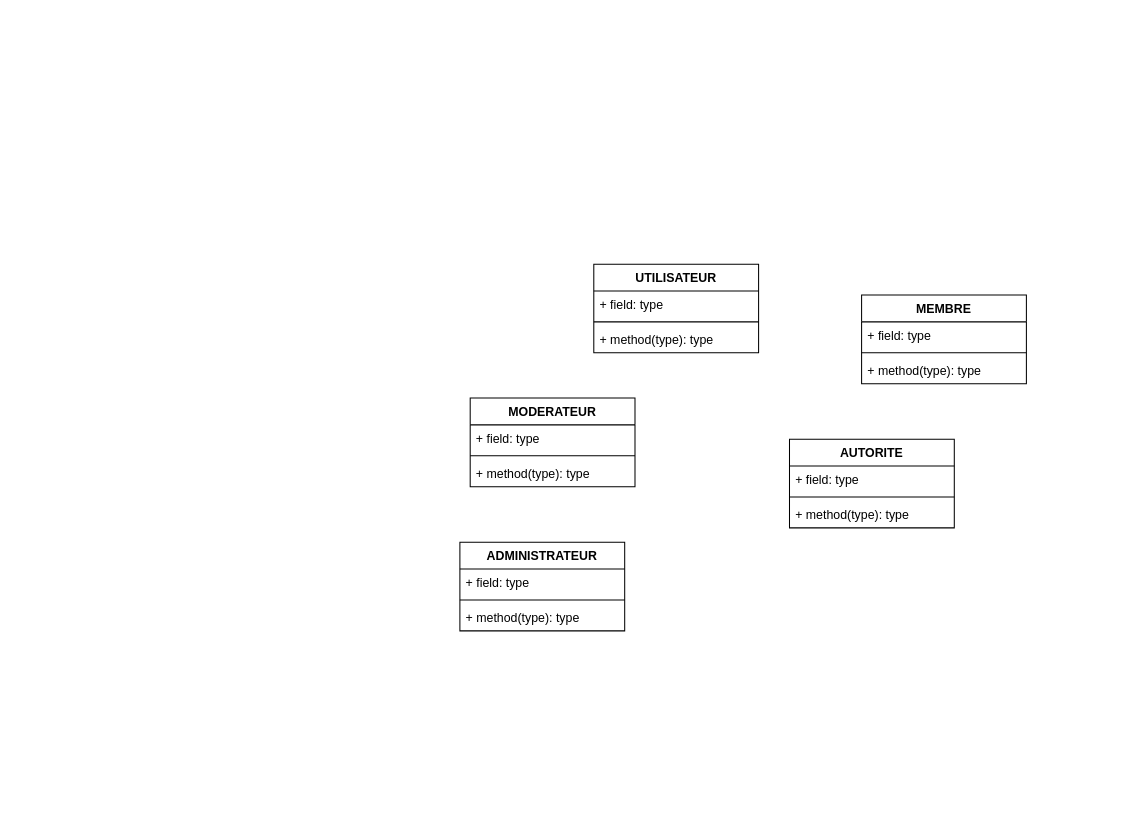
Adjaro/Projet_Poo keeps this draw.io diagram as Diagramme_de_classe.drawio. Above is the earlier version. Source tidied: cells renumbered, new cells numbered last; positions are measured from the earlier drawing's top-left corner, leaving out a move shared by most shapes. Both pictures are drawn from the tidied source at 103%, with x=0, y=0 at pixel (459, 264).
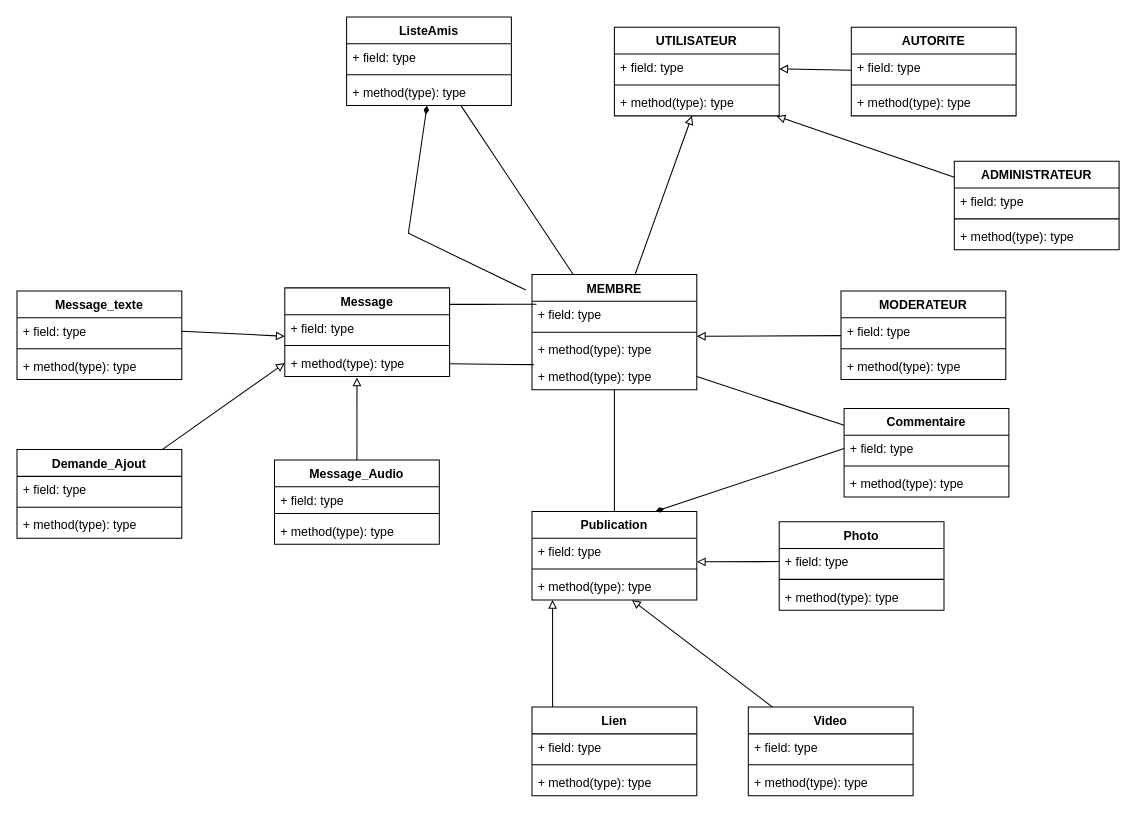
Above is the later version.

Commit message (it also covers changes not shown here):
Mettre à jour Diagramme_de_classe.drawio

Unchanged cells that the change refers to:
```xml
<mxCell id="3" value="+ field: type" style="text;strokeColor=none;fillColor=none;align=left;verticalAlign=top;spacingLeft=4;spacingRight=4;overflow=hidden;points=[[0,0.5],[1,0.5]];portConstraint=eastwest;" parent="2" vertex="1">
  <mxGeometry y="26" width="160" height="26" as="geometry" />
</mxCell>
<mxCell id="5" value="+ method(type): type" style="text;strokeColor=none;fillColor=none;align=left;verticalAlign=top;spacingLeft=4;spacingRight=4;overflow=hidden;points=[[0,0.5],[1,0.5]];portConstraint=eastwest;" parent="2" vertex="1">
  <mxGeometry y="60" width="160" height="26" as="geometry" />
</mxCell>
<mxCell id="13" value="+ method(type): type" style="text;strokeColor=none;fillColor=none;align=left;verticalAlign=top;spacingLeft=4;spacingRight=4;overflow=hidden;points=[[0,0.5],[1,0.5]];portConstraint=eastwest;" parent="10" vertex="1">
  <mxGeometry y="60" width="160" height="26" as="geometry" />
</mxCell>
```

Diff of the diagram source:
```diff
@@
     <mxCell id="2" value="UTILISATEUR" style="swimlane;fontStyle=1;align=center;verticalAlign=top;horizontal=1;startSize=26;" parent="1" vertex="1">
-      <mxGeometry x="130" width="160" height="86" as="geometry" />
+      <mxGeometry x="150" y="-230" width="160" height="86" as="geometry" />
     </mxCell>
@@
+    <mxCell id="22" style="edgeStyle=none;rounded=0;jettySize=auto;html=1;endArrow=block;endFill=0;" parent="1" edge="1" source="6" target="3">
+      <mxGeometry relative="1" as="geometry" />
+    </mxCell>
     <mxCell id="6" value="AUTORITE" style="swimlane;fontStyle=1;align=center;verticalAlign=top;horizontal=1;startSize=26;" parent="1" vertex="1">
-      <mxGeometry x="320" y="170" width="160" height="86" as="geometry" />
+      <mxGeometry x="380" y="-230" width="160" height="86" as="geometry" />
     </mxCell>
@@
+    <mxCell id="23" style="rounded=0;jettySize=auto;html=1;endArrow=block;endFill=0;" parent="1" edge="1" source="10" target="5">
+      <mxGeometry relative="1" as="geometry" />
+    </mxCell>
+    <mxCell id="24" style="rounded=0;jettySize=auto;html=1;endArrow=diamondThin;endFill=1;exitX=-0.038;exitY=0.134;exitDx=0;exitDy=0;exitPerimeter=0;" parent="1" edge="1" source="10" target="51">
+      <mxGeometry relative="1" as="geometry">
+        <Array as="points">
+          <mxPoint x="-50" y="-30" />
+        </Array>
+      </mxGeometry>
+    </mxCell>
     <mxCell id="10" value="MEMBRE" style="swimlane;fontStyle=1;align=center;verticalAlign=top;horizontal=1;startSize=26;" parent="1" vertex="1">
-      <mxGeometry x="390" y="30" width="160" height="86" as="geometry" />
+      <mxGeometry x="70" y="10" width="160" height="112" as="geometry" />
     </mxCell>
@@
+    <mxCell id="25" value="+ method(type): type" style="text;strokeColor=none;fillColor=none;align=left;verticalAlign=top;spacingLeft=4;spacingRight=4;overflow=hidden;points=[[0,0.5],[1,0.5]];portConstraint=eastwest;" parent="10" vertex="1">
+      <mxGeometry y="86" width="160" height="26" as="geometry" />
+    </mxCell>
+    <mxCell id="26" style="edgeStyle=none;rounded=0;jettySize=auto;html=1;endArrow=block;endFill=0;entryX=1;entryY=0;entryDx=0;entryDy=0;entryPerimeter=0;" parent="1" edge="1" source="14" target="13">
+      <mxGeometry relative="1" as="geometry" />
+    </mxCell>
     <mxCell id="14" value="MODERATEUR" style="swimlane;fontStyle=1;align=center;verticalAlign=top;horizontal=1;startSize=26;" parent="1" vertex="1">
-      <mxGeometry x="10" y="130" width="160" height="86" as="geometry" />
+      <mxGeometry x="370" y="26" width="160" height="86" as="geometry" />
     </mxCell>
@@
+    <mxCell id="27" style="edgeStyle=none;rounded=0;jettySize=auto;html=1;entryX=0.984;entryY=1.01;entryDx=0;entryDy=0;entryPerimeter=0;endArrow=block;endFill=0;" parent="1" edge="1" source="18" target="5">
+      <mxGeometry relative="1" as="geometry" />
+    </mxCell>
     <mxCell id="18" value="ADMINISTRATEUR" style="swimlane;fontStyle=1;align=center;verticalAlign=top;horizontal=1;startSize=26;" parent="1" vertex="1">
-      <mxGeometry y="270" width="160" height="86" as="geometry" />
+      <mxGeometry x="480" y="-100" width="160" height="86" as="geometry" />
     </mxCell>
@@
+    <mxCell id="28" style="edgeStyle=none;rounded=0;jettySize=auto;html=1;endArrow=none;endFill=0;" parent="1" edge="1" source="29" target="25">
+      <mxGeometry relative="1" as="geometry" />
+    </mxCell>
+    <mxCell id="29" value="Publication" style="swimlane;fontStyle=1;align=center;verticalAlign=top;horizontal=1;startSize=26;" parent="1" vertex="1">
+      <mxGeometry x="70" y="240" width="160" height="86" as="geometry" />
+    </mxCell>
+    <mxCell id="30" value="+ field: type" style="text;strokeColor=none;fillColor=none;align=left;verticalAlign=top;spacingLeft=4;spacingRight=4;overflow=hidden;" parent="29" vertex="1">
+      <mxGeometry y="26" width="160" height="26" as="geometry" />
+    </mxCell>
+    <mxCell id="31" style="line;strokeWidth=1;fillColor=none;align=left;verticalAlign=middle;spacingTop=-1;spacingLeft=3;spacingRight=3;labelPosition=right;strokeColor=inherit;" parent="29" vertex="1">
+      <mxGeometry y="52" width="160" height="8" as="geometry" />
+    </mxCell>
+    <mxCell id="32" value="+ method(type): type" style="text;strokeColor=none;fillColor=none;align=left;verticalAlign=top;spacingLeft=4;spacingRight=4;overflow=hidden;points=[[0,0.5],[1,0.5]];portConstraint=eastwest;" parent="29" vertex="1">
+      <mxGeometry y="60" width="160" height="26" as="geometry" />
+    </mxCell>
+    <mxCell id="33" style="edgeStyle=none;rounded=0;jettySize=auto;html=1;endArrow=block;endFill=0;" parent="1" edge="1" source="34" target="32">
+      <mxGeometry relative="1" as="geometry" />
+    </mxCell>
+    <mxCell id="34" value="Video" style="swimlane;fontStyle=1;align=center;verticalAlign=top;horizontal=1;startSize=26;" parent="1" vertex="1">
+      <mxGeometry x="280" y="430" width="160" height="86" as="geometry" />
+    </mxCell>
+    <mxCell id="35" value="+ field: type" style="text;strokeColor=none;fillColor=none;align=left;verticalAlign=top;spacingLeft=4;spacingRight=4;overflow=hidden;" parent="34" vertex="1">
+      <mxGeometry y="26" width="160" height="26" as="geometry" />
+    </mxCell>
+    <mxCell id="36" style="line;strokeWidth=1;fillColor=none;align=left;verticalAlign=middle;spacingTop=-1;spacingLeft=3;spacingRight=3;labelPosition=right;strokeColor=inherit;" parent="34" vertex="1">
+      <mxGeometry y="52" width="160" height="8" as="geometry" />
+    </mxCell>
+    <mxCell id="37" value="+ method(type): type" style="text;strokeColor=none;fillColor=none;align=left;verticalAlign=top;spacingLeft=4;spacingRight=4;overflow=hidden;" parent="34" vertex="1">
+      <mxGeometry y="60" width="160" height="26" as="geometry" />
+    </mxCell>
+    <mxCell id="38" style="edgeStyle=none;rounded=0;orthogonalLoop=1;jettySize=auto;html=1;endArrow=block;endFill=0;" parent="1" edge="1">
+      <mxGeometry relative="1" as="geometry">
+        <mxPoint x="90" y="430" as="sourcePoint" />
+        <mxPoint x="90" y="326" as="targetPoint" />
+      </mxGeometry>
+    </mxCell>
+    <mxCell id="39" value="Lien" style="swimlane;fontStyle=1;align=center;verticalAlign=top;horizontal=1;startSize=26;" parent="1" vertex="1">
+      <mxGeometry x="70" y="430" width="160" height="86" as="geometry" />
+    </mxCell>
+    <mxCell id="40" value="+ field: type" style="text;strokeColor=none;fillColor=none;align=left;verticalAlign=top;spacingLeft=4;spacingRight=4;overflow=hidden;" parent="39" vertex="1">
+      <mxGeometry y="26" width="160" height="26" as="geometry" />
+    </mxCell>
+    <mxCell id="41" style="line;strokeWidth=1;fillColor=none;align=left;verticalAlign=middle;spacingTop=-1;spacingLeft=3;spacingRight=3;labelPosition=right;strokeColor=inherit;" parent="39" vertex="1">
+      <mxGeometry y="52" width="160" height="8" as="geometry" />
+    </mxCell>
+    <mxCell id="42" value="+ method(type): type" style="text;strokeColor=none;fillColor=none;align=left;verticalAlign=top;spacingLeft=4;spacingRight=4;overflow=hidden;" parent="39" vertex="1">
+      <mxGeometry y="60" width="160" height="26" as="geometry" />
+    </mxCell>
+    <mxCell id="43" style="edgeStyle=none;rounded=0;orthogonalLoop=1;jettySize=auto;html=1;endArrow=block;endFill=0;" parent="1" edge="1">
+      <mxGeometry relative="1" as="geometry">
+        <mxPoint x="310" y="288.7" as="sourcePoint" />
+        <mxPoint x="230" y="289" as="targetPoint" />
+      </mxGeometry>
+    </mxCell>
+    <mxCell id="44" value="Photo" style="swimlane;fontStyle=1;align=center;verticalAlign=top;horizontal=1;startSize=26;" parent="1" vertex="1">
+      <mxGeometry x="310" y="250" width="160" height="86" as="geometry" />
+    </mxCell>
+    <mxCell id="45" value="+ field: type" style="text;strokeColor=none;fillColor=none;align=left;verticalAlign=top;spacingLeft=4;spacingRight=4;overflow=hidden;" parent="44" vertex="1">
+      <mxGeometry y="26" width="160" height="26" as="geometry" />
+    </mxCell>
+    <mxCell id="46" style="line;strokeWidth=1;fillColor=none;align=left;verticalAlign=middle;spacingTop=-1;spacingLeft=3;spacingRight=3;labelPosition=right;strokeColor=inherit;" parent="44" vertex="1">
+      <mxGeometry y="52" width="160" height="8" as="geometry" />
+    </mxCell>
+    <mxCell id="47" value="+ method(type): type" style="text;strokeColor=none;fillColor=none;align=left;verticalAlign=top;spacingLeft=4;spacingRight=4;overflow=hidden;" parent="44" vertex="1">
+      <mxGeometry y="60" width="160" height="26" as="geometry" />
+    </mxCell>
+    <mxCell id="48" value="ListeAmis" style="swimlane;fontStyle=1;align=center;verticalAlign=top;horizontal=1;startSize=26;" parent="1" vertex="1">
+      <mxGeometry x="-110" y="-240" width="160" height="86" as="geometry" />
+    </mxCell>
+    <mxCell id="49" value="+ field: type" style="text;strokeColor=none;fillColor=none;align=left;verticalAlign=top;spacingLeft=4;spacingRight=4;overflow=hidden;" parent="48" vertex="1">
+      <mxGeometry y="26" width="160" height="26" as="geometry" />
+    </mxCell>
+    <mxCell id="50" style="line;strokeWidth=1;fillColor=none;align=left;verticalAlign=middle;spacingTop=-1;spacingLeft=3;spacingRight=3;labelPosition=right;strokeColor=inherit;" parent="48" vertex="1">
+      <mxGeometry y="52" width="160" height="8" as="geometry" />
+    </mxCell>
+    <mxCell id="51" value="+ method(type): type" style="text;strokeColor=none;fillColor=none;align=left;verticalAlign=top;spacingLeft=4;spacingRight=4;overflow=hidden;points=[[0,0.5],[1,0.5]];portConstraint=eastwest;" parent="48" vertex="1">
+      <mxGeometry y="60" width="160" height="26" as="geometry" />
+    </mxCell>
+    <mxCell id="52" style="edgeStyle=none;rounded=0;jettySize=auto;html=1;endArrow=none;endFill=0;exitX=0.25;exitY=0;exitDx=0;exitDy=0;entryX=0.695;entryY=1.01;entryDx=0;entryDy=0;entryPerimeter=0;" parent="1" edge="1" source="10" target="51">
+      <mxGeometry relative="1" as="geometry" />
+    </mxCell>
+    <mxCell id="53" style="edgeStyle=none;rounded=0;jettySize=auto;html=1;entryX=1;entryY=0.5;entryDx=0;entryDy=0;endArrow=none;endFill=0;" parent="1" edge="1" source="54" target="25">
+      <mxGeometry relative="1" as="geometry" />
+    </mxCell>
+    <mxCell id="54" value="Commentaire" style="swimlane;fontStyle=1;align=center;verticalAlign=top;horizontal=1;startSize=26;" parent="1" vertex="1">
+      <mxGeometry x="373" y="140" width="160" height="86" as="geometry" />
+    </mxCell>
+    <mxCell id="55" value="+ field: type" style="text;strokeColor=none;fillColor=none;align=left;verticalAlign=top;spacingLeft=4;spacingRight=4;overflow=hidden;points=[[0,0.5],[1,0.5]];portConstraint=eastwest;" parent="54" vertex="1">
+      <mxGeometry y="26" width="160" height="26" as="geometry" />
+    </mxCell>
+    <mxCell id="56" style="line;strokeWidth=1;fillColor=none;align=left;verticalAlign=middle;spacingTop=-1;spacingLeft=3;spacingRight=3;labelPosition=right;strokeColor=inherit;" parent="54" vertex="1">
+      <mxGeometry y="52" width="160" height="8" as="geometry" />
+    </mxCell>
+    <mxCell id="57" value="+ method(type): type" style="text;strokeColor=none;fillColor=none;align=left;verticalAlign=top;spacingLeft=4;spacingRight=4;overflow=hidden;" parent="54" vertex="1">
+      <mxGeometry y="60" width="160" height="26" as="geometry" />
+    </mxCell>
+    <mxCell id="58" style="edgeStyle=none;rounded=0;jettySize=auto;html=1;entryX=0.75;entryY=0;entryDx=0;entryDy=0;endArrow=diamondThin;endFill=1;exitX=0;exitY=0.5;exitDx=0;exitDy=0;" parent="1" edge="1" source="55" target="29">
+      <mxGeometry relative="1" as="geometry" />
+    </mxCell>
+    <mxCell id="59" style="rounded=0;orthogonalLoop=1;jettySize=auto;html=1;entryX=0.027;entryY=-0.048;entryDx=0;entryDy=0;entryPerimeter=0;endArrow=none;endFill=0;" parent="1" edge="1">
+      <mxGeometry relative="1" as="geometry">
+        <mxPoint x="-10" y="39" as="sourcePoint" />
+        <mxPoint x="74.3" y="38.8" as="targetPoint" />
+        <Array as="points">
+          <mxPoint x="20" y="39" />
+        </Array>
+      </mxGeometry>
+    </mxCell>
+    <mxCell id="60" value="Message" style="swimlane;fontStyle=1;align=center;verticalAlign=top;horizontal=1;startSize=26;" parent="1" vertex="1">
+      <mxGeometry x="-170" y="23" width="160" height="86" as="geometry" />
+    </mxCell>
+    <mxCell id="61" value="+ field: type" style="text;strokeColor=none;fillColor=none;align=left;verticalAlign=top;spacingLeft=4;spacingRight=4;overflow=hidden;" parent="60" vertex="1">
+      <mxGeometry y="26" width="160" height="26" as="geometry" />
+    </mxCell>
+    <mxCell id="62" style="line;strokeWidth=1;fillColor=none;align=left;verticalAlign=middle;spacingTop=-1;spacingLeft=3;spacingRight=3;labelPosition=right;strokeColor=inherit;" parent="60" vertex="1">
+      <mxGeometry y="52" width="160" height="8" as="geometry" />
+    </mxCell>
+    <mxCell id="63" value="+ method(type): type" style="text;strokeColor=none;fillColor=none;align=left;verticalAlign=top;spacingLeft=4;spacingRight=4;overflow=hidden;points=[[0,0.5],[1,0.5]];portConstraint=eastwest;" parent="60" vertex="1">
+      <mxGeometry y="60" width="160" height="26" as="geometry" />
+    </mxCell>
+    <mxCell id="64" style="rounded=0;jettySize=auto;html=1;endArrow=none;endFill=0;entryX=0.011;entryY=1.058;entryDx=0;entryDy=0;entryPerimeter=0;" parent="1" edge="1" source="63" target="13">
+      <mxGeometry relative="1" as="geometry" />
+    </mxCell>
+    <mxCell id="65" value="Message_texte" style="swimlane;fontStyle=1;align=center;verticalAlign=top;horizontal=1;startSize=26;" parent="1" vertex="1">
+      <mxGeometry x="-430" y="26" width="160" height="86" as="geometry" />
+    </mxCell>
+    <mxCell id="66" value="+ field: type" style="text;strokeColor=none;fillColor=none;align=left;verticalAlign=top;spacingLeft=4;spacingRight=4;overflow=hidden;points=[[0,0.5],[1,0.5]];portConstraint=eastwest;" parent="65" vertex="1">
+      <mxGeometry y="26" width="160" height="26" as="geometry" />
+    </mxCell>
+    <mxCell id="67" style="line;strokeWidth=1;fillColor=none;align=left;verticalAlign=middle;spacingTop=-1;spacingLeft=3;spacingRight=3;labelPosition=right;strokeColor=inherit;" parent="65" vertex="1">
+      <mxGeometry y="52" width="160" height="8" as="geometry" />
+    </mxCell>
+    <mxCell id="68" value="+ method(type): type" style="text;strokeColor=none;fillColor=none;align=left;verticalAlign=top;spacingLeft=4;spacingRight=4;overflow=hidden;" parent="65" vertex="1">
+      <mxGeometry y="60" width="160" height="26" as="geometry" />
+    </mxCell>
+    <mxCell id="69" style="edgeStyle=none;rounded=0;jettySize=auto;html=1;endArrow=block;endFill=0;exitX=1;exitY=0.5;exitDx=0;exitDy=0;" parent="1" edge="1" source="66">
+      <mxGeometry relative="1" as="geometry">
+        <mxPoint x="-170" y="70" as="targetPoint" />
+      </mxGeometry>
+    </mxCell>
+    <mxCell id="70" style="edgeStyle=none;rounded=0;jettySize=auto;html=1;entryX=0.438;entryY=1.038;entryDx=0;entryDy=0;entryPerimeter=0;endArrow=block;endFill=0;" parent="1" edge="1" source="71" target="63">
+      <mxGeometry relative="1" as="geometry" />
+    </mxCell>
+    <mxCell id="71" value="Message_Audio" style="swimlane;fontStyle=1;align=center;verticalAlign=top;horizontal=1;startSize=26;" parent="1" vertex="1">
+      <mxGeometry x="-180" y="190" width="160" height="82" as="geometry" />
+    </mxCell>
+    <mxCell id="72" value="+ field: type" style="text;strokeColor=none;fillColor=none;align=left;verticalAlign=top;spacingLeft=4;spacingRight=4;overflow=hidden;" parent="71" vertex="1">
+      <mxGeometry y="26" width="160" height="22" as="geometry" />
+    </mxCell>
+    <mxCell id="73" style="line;strokeWidth=1;fillColor=none;align=left;verticalAlign=middle;spacingTop=-1;spacingLeft=3;spacingRight=3;labelPosition=right;strokeColor=inherit;" parent="71" vertex="1">
+      <mxGeometry y="48" width="160" height="8" as="geometry" />
+    </mxCell>
+    <mxCell id="74" value="+ method(type): type" style="text;strokeColor=none;fillColor=none;align=left;verticalAlign=top;spacingLeft=4;spacingRight=4;overflow=hidden;" parent="71" vertex="1">
+      <mxGeometry y="56" width="160" height="26" as="geometry" />
+    </mxCell>
+    <mxCell id="75" style="edgeStyle=none;rounded=0;jettySize=auto;html=1;entryX=0;entryY=0.5;entryDx=0;entryDy=0;endArrow=block;endFill=0;" parent="1" edge="1" source="76" target="63">
+      <mxGeometry relative="1" as="geometry" />
+    </mxCell>
+    <mxCell id="76" value="Demande_Ajout" style="swimlane;fontStyle=1;align=center;verticalAlign=top;horizontal=1;startSize=26;" parent="1" vertex="1">
+      <mxGeometry x="-430" y="180" width="160" height="86" as="geometry" />
+    </mxCell>
+    <mxCell id="77" value="+ field: type" style="text;strokeColor=none;fillColor=none;align=left;verticalAlign=top;spacingLeft=4;spacingRight=4;overflow=hidden;" parent="76" vertex="1">
+      <mxGeometry y="26" width="160" height="26" as="geometry" />
+    </mxCell>
+    <mxCell id="78" style="line;strokeWidth=1;fillColor=none;align=left;verticalAlign=middle;spacingTop=-1;spacingLeft=3;spacingRight=3;labelPosition=right;strokeColor=inherit;" parent="76" vertex="1">
+      <mxGeometry y="52" width="160" height="8" as="geometry" />
+    </mxCell>
+    <mxCell id="79" value="+ method(type): type" style="text;strokeColor=none;fillColor=none;align=left;verticalAlign=top;spacingLeft=4;spacingRight=4;overflow=hidden;" parent="76" vertex="1">
+      <mxGeometry y="60" width="160" height="26" as="geometry" />
+    </mxCell>
```
